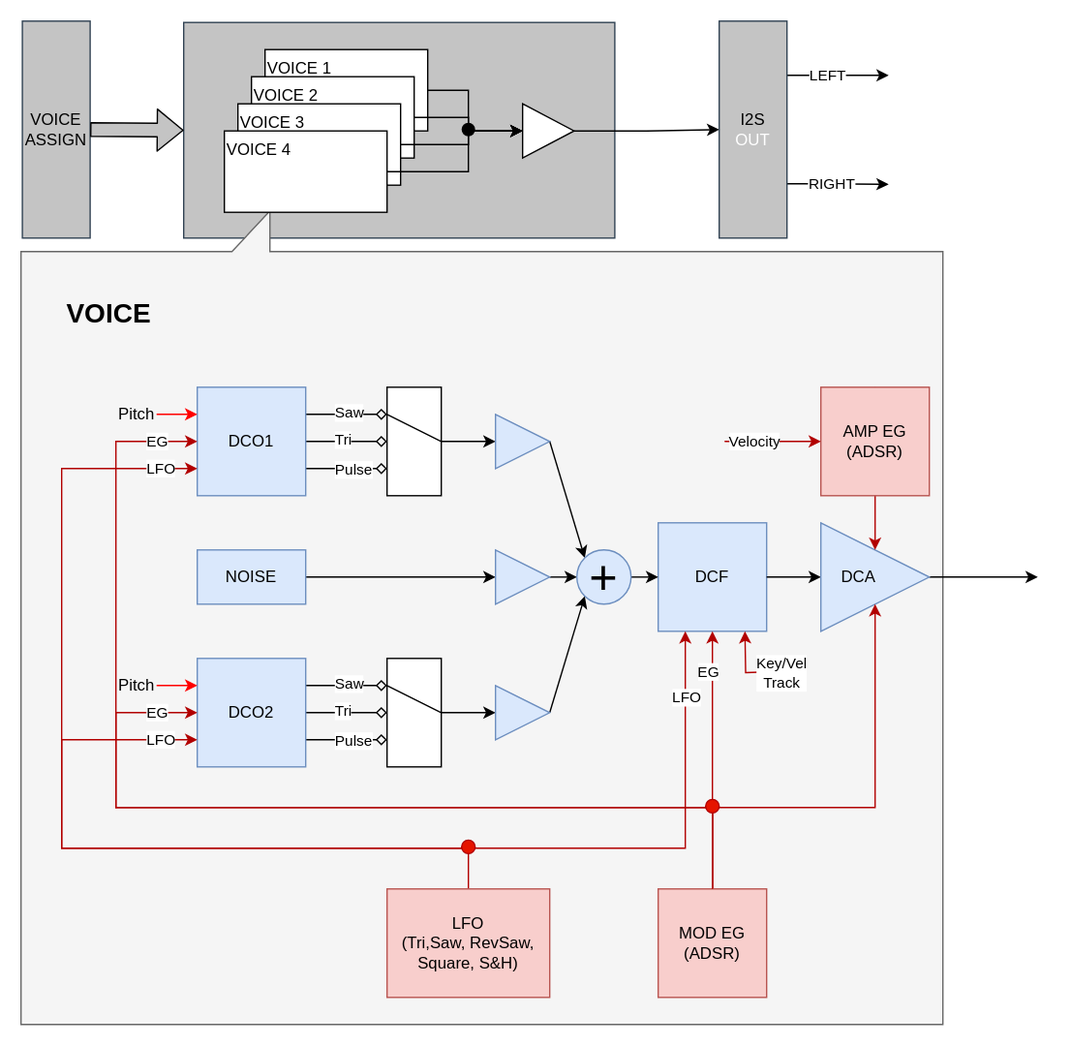
The draw.io diagram docs/assets/images/synth_blocks.svg in ydigikat/TangSynth9, before a commit. Source tidied: cells renumbered, new cells last; positions are measured from the earlier drawing's top-left corner, leaving out a move shared by most shapes.
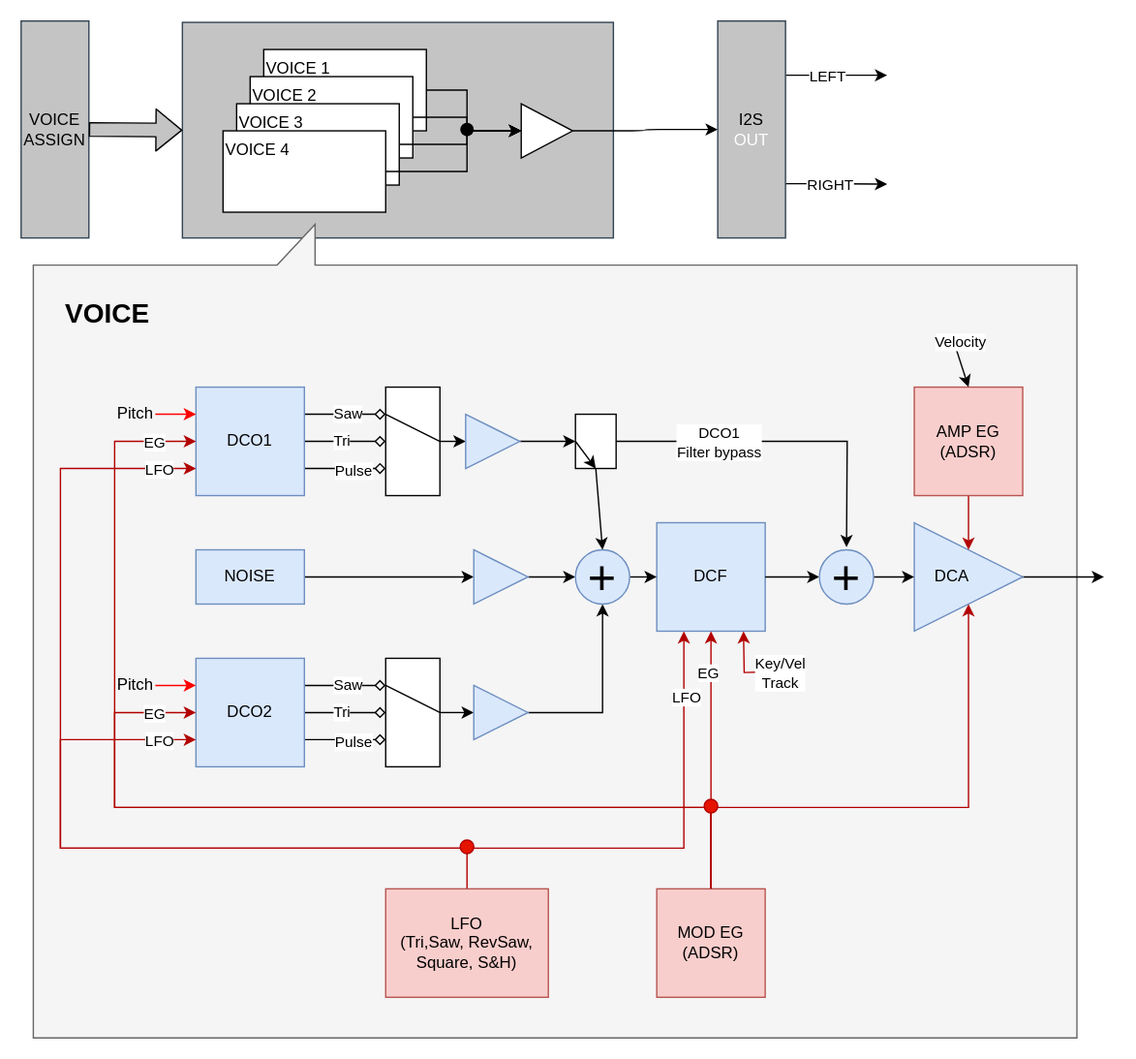
The same file after the commit.

Commit message:
Added bypass for DCO1

Change to the diagram source:
```diff
@@ -6,11 +6,11 @@
       <mxGeometry x="120" y="1" width="318" height="159" as="geometry" />
     </mxCell>
     <mxCell id="3" style="shape=callout;whiteSpace=wrap;html=1;perimeter=calloutPerimeter;rotation=-180;base=28;size=30;position=0.73;position2=0.73;fillColor=#f5f5f5;fontColor=#333333;strokeColor=#666666;" parent="1" vertex="1">
-      <mxGeometry y="140" width="680" height="600" as="geometry" />
+      <mxGeometry x="10" y="150" width="770" height="600" as="geometry" />
     </mxCell>
     <mxCell id="4" style="edgeStyle=none;html=1;exitX=1;exitY=0.5;exitDx=0;exitDy=0;" parent="1" edge="1" source="38">
       <mxGeometry relative="1" as="geometry">
-        <mxPoint x="750" y="410" as="targetPoint" />
+        <mxPoint x="800" y="410" as="targetPoint" />
       </mxGeometry>
     </mxCell>
     <mxCell id="5" style="edgeStyle=none;html=1;exitX=1;exitY=0.5;exitDx=0;exitDy=0;entryX=0;entryY=0.5;entryDx=0;entryDy=0;" parent="1" edge="1" source="6" target="34">
@@ -99,23 +99,23 @@
     <mxCell id="28" value="NOISE" style="rounded=0;whiteSpace=wrap;html=1;fillColor=#dae8fc;strokeColor=#6c8ebf;" parent="1" vertex="1">
       <mxGeometry x="130" y="390" width="80" height="40" as="geometry" />
     </mxCell>
-    <mxCell id="29" style="edgeStyle=none;html=1;exitX=1;exitY=0.5;exitDx=0;exitDy=0;entryX=0;entryY=1;entryDx=0;entryDy=0;" parent="1" edge="1" source="30" target="36">
+    <mxCell id="29" style="edgeStyle=orthogonalEdgeStyle;html=1;exitX=1;exitY=0.5;exitDx=0;exitDy=0;entryX=0.5;entryY=1;entryDx=0;entryDy=0;rounded=0;curved=0;" parent="1" edge="1" source="30" target="36">
       <mxGeometry relative="1" as="geometry" />
     </mxCell>
     <mxCell id="30" style="triangle;whiteSpace=wrap;html=1;fillColor=#dae8fc;strokeColor=#6c8ebf;" parent="1" vertex="1">
-      <mxGeometry x="350" y="490" width="40" height="40" as="geometry" />
+      <mxGeometry x="335" y="490" width="40" height="40" as="geometry" />
     </mxCell>
     <mxCell id="31" style="edgeStyle=none;html=1;exitX=1;exitY=0.5;exitDx=0;exitDy=0;entryX=0;entryY=0.5;entryDx=0;entryDy=0;" parent="1" edge="1" source="32" target="36">
       <mxGeometry relative="1" as="geometry" />
     </mxCell>
     <mxCell id="32" style="triangle;whiteSpace=wrap;html=1;fillColor=#dae8fc;strokeColor=#6c8ebf;" parent="1" vertex="1">
-      <mxGeometry x="350" y="390" width="40" height="40" as="geometry" />
+      <mxGeometry x="335" y="390" width="40" height="40" as="geometry" />
     </mxCell>
-    <mxCell id="33" style="edgeStyle=none;html=1;exitX=1;exitY=0.5;exitDx=0;exitDy=0;entryX=0;entryY=0;entryDx=0;entryDy=0;" parent="1" edge="1" source="34" target="36">
+    <mxCell id="33" style="edgeStyle=none;html=1;exitX=1;exitY=0.5;exitDx=0;exitDy=0;entryX=0;entryY=0.5;entryDx=0;entryDy=0;" parent="1" edge="1" source="34" target="91">
       <mxGeometry relative="1" as="geometry" />
     </mxCell>
     <mxCell id="34" style="triangle;whiteSpace=wrap;html=1;fillColor=#dae8fc;strokeColor=#6c8ebf;" parent="1" vertex="1">
-      <mxGeometry x="350" y="290" width="40" height="40" as="geometry" />
+      <mxGeometry x="329" y="290" width="40" height="40" as="geometry" />
     </mxCell>
     <mxCell id="35" style="edgeStyle=none;html=1;exitX=1;exitY=0.5;exitDx=0;exitDy=0;entryX=0;entryY=0.5;entryDx=0;entryDy=0;" parent="1" edge="1" source="36" target="15">
       <mxGeometry relative="1" as="geometry" />
@@ -123,11 +123,11 @@
     <mxCell id="36" value="&lt;font style=&quot;font-size: 36px;&quot;&gt;&lt;span&gt;+&lt;/span&gt;&lt;/font&gt;" style="ellipse;whiteSpace=wrap;html=1;fontStyle=0;fillColor=#dae8fc;strokeColor=#6c8ebf;" parent="1" vertex="1">
       <mxGeometry x="410" y="390" width="40" height="40" as="geometry" />
     </mxCell>
-    <mxCell id="37" style="edgeStyle=none;html=1;exitX=1;exitY=0.5;exitDx=0;exitDy=0;" parent="1" edge="1" source="15" target="38">
+    <mxCell id="37" style="edgeStyle=none;html=1;exitX=1;exitY=0.5;exitDx=0;exitDy=0;entryX=0;entryY=0.5;entryDx=0;entryDy=0;" parent="1" edge="1" source="15" target="87">
       <mxGeometry relative="1" as="geometry" />
     </mxCell>
     <mxCell id="38" value="&amp;nbsp; &amp;nbsp; DCA" style="triangle;whiteSpace=wrap;html=1;align=left;fillColor=#dae8fc;strokeColor=#6c8ebf;" parent="1" vertex="1">
-      <mxGeometry x="590" y="370" width="80" height="80" as="geometry" />
+      <mxGeometry x="660" y="370" width="80" height="80" as="geometry" />
     </mxCell>
     <mxCell id="39" style="edgeStyle=orthogonalEdgeStyle;html=1;exitX=0.5;exitY=0;exitDx=0;exitDy=0;entryX=0;entryY=0.75;entryDx=0;entryDy=0;rounded=0;curved=0;fillColor=#e51400;strokeColor=#B20000;" parent="1" edge="1" source="44" target="25">
       <mxGeometry relative="1" as="geometry">
@@ -205,20 +205,18 @@
       <mxGeometry relative="1" as="geometry">
         <Array as="points">
           <mxPoint x="510" y="580" />
-          <mxPoint x="630" y="580" />
+          <mxPoint x="700" y="580" />
         </Array>
       </mxGeometry>
     </mxCell>
     <mxCell id="52" value="MOD EG&lt;div&gt;(ADSR)&lt;/div&gt;" style="rounded=0;whiteSpace=wrap;html=1;strokeColor=#b85450;strokeWidth=1;fillColor=#f8cecc;" parent="1" vertex="1">
       <mxGeometry x="470" y="640" width="80" height="80" as="geometry" />
     </mxCell>
-    <mxCell id="53" style="edgeStyle=none;html=1;exitX=0.5;exitY=0;exitDx=0;exitDy=0;fillColor=#e51400;strokeColor=#B20000;strokeWidth=1;" parent="1" edge="1" source="54">
-      <mxGeometry relative="1" as="geometry">
-        <mxPoint x="630" y="390" as="targetPoint" />
-      </mxGeometry>
+    <mxCell id="53" style="edgeStyle=none;html=1;exitX=0.5;exitY=0;exitDx=0;exitDy=0;fillColor=#e51400;strokeColor=#B20000;strokeWidth=1;entryX=0.5;entryY=0;entryDx=0;entryDy=0;" parent="1" edge="1" source="54" target="38">
+      <mxGeometry relative="1" as="geometry" />
     </mxCell>
     <mxCell id="54" value="AMP EG&lt;div&gt;(ADSR)&lt;/div&gt;" style="rounded=0;whiteSpace=wrap;html=1;strokeColor=#b85450;strokeWidth=1;fillColor=#f8cecc;" parent="1" vertex="1">
-      <mxGeometry x="590" y="270" width="80" height="80" as="geometry" />
+      <mxGeometry x="660" y="270" width="80" height="80" as="geometry" />
     </mxCell>
     <mxCell id="55" style="edgeStyle=none;html=1;exitX=0.5;exitY=0;exitDx=0;exitDy=0;entryX=0.5;entryY=1;entryDx=0;entryDy=0;strokeWidth=1;fillColor=#e51400;strokeColor=#B20000;endArrow=none;endFill=0;" parent="1" edge="1" source="52" target="56">
       <mxGeometry relative="1" as="geometry" />
@@ -240,16 +238,6 @@
         <mxPoint x="18" as="offset" />
       </mxGeometry>
     </mxCell>
-    <mxCell id="60" value="Velocity" style="endArrow=classic;html=1;fillColor=#e51400;strokeColor=#B20000;" parent="1" edge="1">
-      <mxGeometry relative="1" as="geometry">
-        <mxPoint x="540" y="310" as="sourcePoint" />
-        <mxPoint x="590" y="310" as="targetPoint" />
-        <Array as="points">
-          <mxPoint x="516" y="310" />
-          <mxPoint x="526" y="310" />
-        </Array>
-      </mxGeometry>
-    </mxCell>
     <mxCell id="61" value="&lt;font color=&quot;#000000&quot;&gt;VOICE&lt;/font&gt;&lt;div&gt;&lt;font color=&quot;#000000&quot;&gt;ASSIGN&lt;/font&gt;&lt;/div&gt;" style="rounded=0;whiteSpace=wrap;html=1;fillColor=#C4C4C4;fontColor=#ffffff;strokeColor=#314354;" parent="1" vertex="1">
       <mxGeometry x="1" width="50" height="160" as="geometry" />
     </mxCell>
@@ -350,5 +338,38 @@
         <mxPoint x="130" y="290" as="targetPoint" />
       </mxGeometry>
     </mxCell>
+    <mxCell id="85" style="edgeStyle=none;html=1;exitX=0.5;exitY=0;exitDx=0;exitDy=0;entryX=0.117;entryY=0.852;entryDx=0;entryDy=0;entryPerimeter=0;startArrow=classic;startFill=1;endArrow=none;endFill=0;" parent="1" edge="1" source="54" target="3">
+      <mxGeometry relative="1" as="geometry" />
+    </mxCell>
+    <mxCell id="60" value="Velocity" style="edgeLabel;html=1;align=center;verticalAlign=middle;" parent="85" vertex="1">
+      <mxGeometry x="0.34" y="2" relative="1" as="geometry">
+        <mxPoint x="2" y="-13" as="offset" />
+      </mxGeometry>
+    </mxCell>
+    <mxCell id="86" style="edgeStyle=none;html=1;" parent="1" edge="1" source="87" target="38">
+      <mxGeometry relative="1" as="geometry" />
+    </mxCell>
+    <mxCell id="87" value="&lt;font style=&quot;font-size: 36px;&quot;&gt;&lt;span&gt;+&lt;/span&gt;&lt;/font&gt;" style="ellipse;whiteSpace=wrap;html=1;fontStyle=0;fillColor=#dae8fc;strokeColor=#6c8ebf;" parent="1" vertex="1">
+      <mxGeometry x="590" y="390" width="40" height="40" as="geometry" />
+    </mxCell>
+    <mxCell id="88" style="edgeStyle=orthogonalEdgeStyle;html=1;exitX=1;exitY=0.5;exitDx=0;exitDy=0;rounded=0;curved=0;" parent="1" edge="1" source="91">
+      <mxGeometry relative="1" as="geometry">
+        <mxPoint x="610" y="388" as="targetPoint" />
+      </mxGeometry>
+    </mxCell>
+    <mxCell id="89" value="DCO1&lt;div&gt;Filter bypass&lt;/div&gt;" style="edgeLabel;html=1;align=center;verticalAlign=middle;" parent="88" vertex="1">
+      <mxGeometry x="-0.4" y="-4" relative="1" as="geometry">
+        <mxPoint y="-4" as="offset" />
+      </mxGeometry>
+    </mxCell>
+    <mxCell id="90" style="edgeStyle=none;html=1;exitX=0.5;exitY=1;exitDx=0;exitDy=0;entryX=0.5;entryY=0;entryDx=0;entryDy=0;" parent="1" edge="1" source="91" target="36">
+      <mxGeometry relative="1" as="geometry" />
+    </mxCell>
+    <mxCell id="91" style="rounded=0;whiteSpace=wrap;html=1;" parent="1" vertex="1">
+      <mxGeometry x="410" y="290" width="30" height="40" as="geometry" />
+    </mxCell>
+    <mxCell id="92" style="edgeStyle=none;html=1;exitX=0;exitY=0.5;exitDx=0;exitDy=0;entryX=0.5;entryY=1;entryDx=0;entryDy=0;" parent="1" edge="1" source="91" target="91">
+      <mxGeometry relative="1" as="geometry" />
+    </mxCell>
   </root>
 </mxGraphModel>
```
